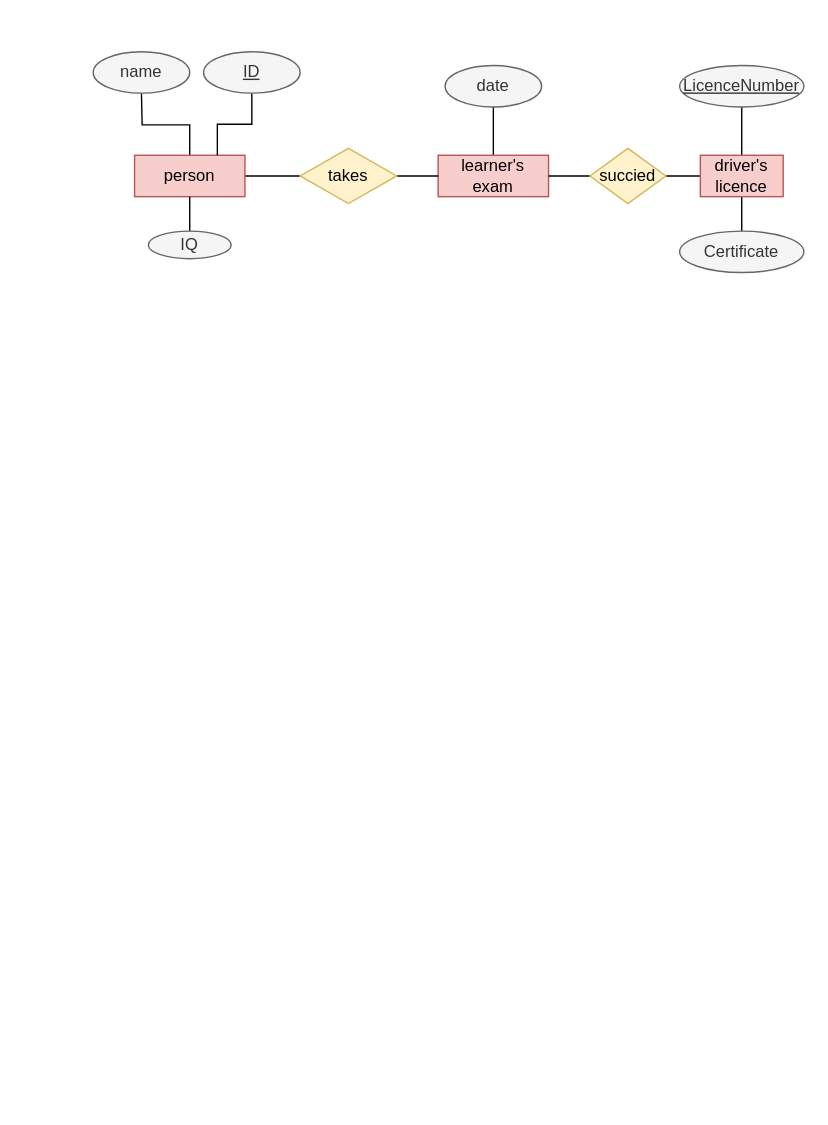
Before: page "Page-2" (2 of 2) of Untitled Diagram.drawio in OguzCelikel/Arduino, a draw.io diagram. Source tidied: cells renumbered, new cells numbered last; positions are measured from the earlier drawing's top-left corner, leaving out a move shared by most shapes. Both pictures are drawn from the tidied source at 138%, with x=0, y=0 at pixel (92, 51).
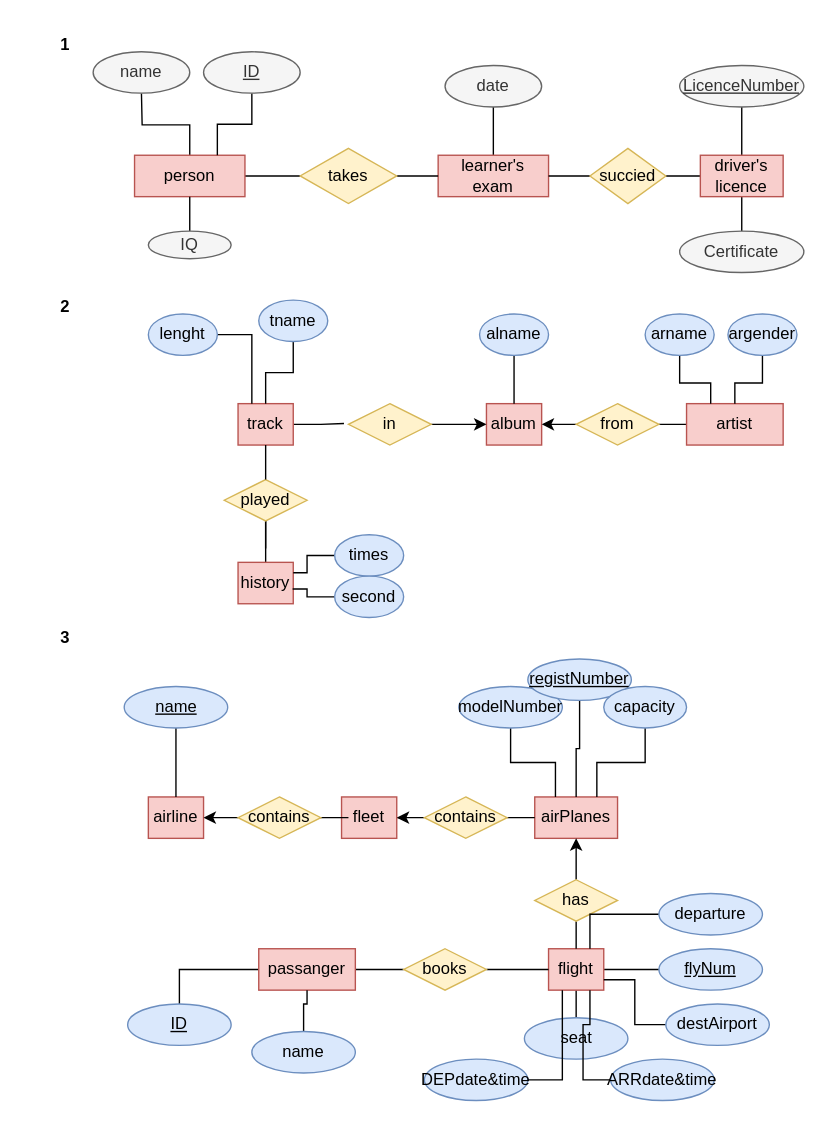
The same diagram, later.

What changed in the source:
```diff
@@
+    <mxCell id="23" value="album" style="rounded=0;whiteSpace=wrap;html=1;fillColor=#f8cecc;strokeColor=#b85450;" parent="1" vertex="1">
+      <mxGeometry x="285" y="255" width="40" height="30" as="geometry" />
+    </mxCell>
+    <mxCell id="24" style="edgeStyle=orthogonalEdgeStyle;rounded=0;jettySize=auto;html=1;entryX=1;entryY=0.5;entryDx=0;entryDy=0;startArrow=none;startFill=0;endArrow=classic;endFill=1;" parent="1" edge="1" source="26" target="23">
+      <mxGeometry relative="1" as="geometry" />
+    </mxCell>
+    <mxCell id="25" style="edgeStyle=orthogonalEdgeStyle;rounded=0;jettySize=auto;html=1;startArrow=none;startFill=0;endArrow=none;endFill=0;" parent="1" edge="1" source="26">
+      <mxGeometry relative="1" as="geometry">
+        <mxPoint x="425" y="270" as="targetPoint" />
+      </mxGeometry>
+    </mxCell>
+    <mxCell id="26" value="from" style="rhombus;whiteSpace=wrap;html=1;fillColor=#fff2cc;strokeColor=#d6b656;" parent="1" vertex="1">
+      <mxGeometry x="350" y="255" width="60" height="30" as="geometry" />
+    </mxCell>
+    <mxCell id="27" value="artist" style="rounded=0;whiteSpace=wrap;html=1;fillColor=#f8cecc;strokeColor=#b85450;" parent="1" vertex="1">
+      <mxGeometry x="430" y="255" width="70" height="30" as="geometry" />
+    </mxCell>
+    <mxCell id="28" style="edgeStyle=orthogonalEdgeStyle;rounded=0;jettySize=auto;html=1;entryX=0;entryY=0.5;entryDx=0;entryDy=0;startArrow=none;startFill=0;endArrow=classic;endFill=1;" parent="1" edge="1" source="29" target="23">
+      <mxGeometry relative="1" as="geometry" />
+    </mxCell>
+    <mxCell id="29" value="in" style="rhombus;whiteSpace=wrap;html=1;fillColor=#fff2cc;strokeColor=#d6b656;" parent="1" vertex="1">
+      <mxGeometry x="185" y="255" width="60" height="30" as="geometry" />
+    </mxCell>
+    <mxCell id="30" style="edgeStyle=orthogonalEdgeStyle;rounded=0;jettySize=auto;html=1;entryX=-0.054;entryY=0.478;entryDx=0;entryDy=0;entryPerimeter=0;startArrow=none;startFill=0;endArrow=none;endFill=0;" parent="1" edge="1" source="32" target="29">
+      <mxGeometry relative="1" as="geometry" />
+    </mxCell>
+    <mxCell id="31" style="edgeStyle=orthogonalEdgeStyle;rounded=0;jettySize=auto;html=1;startArrow=none;startFill=0;endArrow=none;endFill=0;" parent="1" edge="1" source="49">
+      <mxGeometry relative="1" as="geometry">
+        <mxPoint x="125" y="330" as="targetPoint" />
+      </mxGeometry>
+    </mxCell>
+    <mxCell id="32" value="track" style="rounded=0;whiteSpace=wrap;html=1;fillColor=#f8cecc;strokeColor=#b85450;" parent="1" vertex="1">
+      <mxGeometry x="105" y="255" width="40" height="30" as="geometry" />
+    </mxCell>
+    <mxCell id="33" style="edgeStyle=orthogonalEdgeStyle;rounded=0;jettySize=auto;html=1;entryX=0.25;entryY=0;entryDx=0;entryDy=0;startArrow=none;startFill=0;endArrow=none;endFill=0;" parent="1" edge="1" source="34" target="32">
+      <mxGeometry relative="1" as="geometry" />
+    </mxCell>
+    <mxCell id="34" value="lenght" style="ellipse;whiteSpace=wrap;html=1;fillColor=#dae8fc;strokeColor=#6c8ebf;" parent="1" vertex="1">
+      <mxGeometry x="40" y="190" width="50" height="30" as="geometry" />
+    </mxCell>
+    <mxCell id="35" style="edgeStyle=orthogonalEdgeStyle;rounded=0;jettySize=auto;html=1;startArrow=none;startFill=0;endArrow=none;endFill=0;" parent="1" edge="1" source="36" target="32">
+      <mxGeometry relative="1" as="geometry" />
+    </mxCell>
+    <mxCell id="36" value="tname" style="ellipse;whiteSpace=wrap;html=1;fillColor=#dae8fc;strokeColor=#6c8ebf;" parent="1" vertex="1">
+      <mxGeometry x="120" y="180" width="50" height="30" as="geometry" />
+    </mxCell>
+    <mxCell id="37" style="edgeStyle=orthogonalEdgeStyle;rounded=0;jettySize=auto;html=1;entryX=0.25;entryY=0;entryDx=0;entryDy=0;startArrow=none;startFill=0;endArrow=none;endFill=0;" parent="1" edge="1" source="38" target="27">
+      <mxGeometry relative="1" as="geometry" />
+    </mxCell>
+    <mxCell id="38" value="arname" style="ellipse;whiteSpace=wrap;html=1;fillColor=#dae8fc;strokeColor=#6c8ebf;" parent="1" vertex="1">
+      <mxGeometry x="400" y="190" width="50" height="30" as="geometry" />
+    </mxCell>
+    <mxCell id="39" style="edgeStyle=orthogonalEdgeStyle;rounded=0;jettySize=auto;html=1;startArrow=none;startFill=0;endArrow=none;endFill=0;" parent="1" edge="1" source="40" target="27">
+      <mxGeometry relative="1" as="geometry" />
+    </mxCell>
+    <mxCell id="40" value="argender" style="ellipse;whiteSpace=wrap;html=1;fillColor=#dae8fc;strokeColor=#6c8ebf;" parent="1" vertex="1">
+      <mxGeometry x="460" y="190" width="50" height="30" as="geometry" />
+    </mxCell>
+    <mxCell id="41" style="edgeStyle=orthogonalEdgeStyle;rounded=0;jettySize=auto;html=1;entryX=0.5;entryY=0;entryDx=0;entryDy=0;startArrow=none;startFill=0;endArrow=none;endFill=0;" parent="1" edge="1" source="42" target="23">
+      <mxGeometry relative="1" as="geometry" />
+    </mxCell>
+    <mxCell id="42" value="alname" style="ellipse;whiteSpace=wrap;html=1;fillColor=#dae8fc;strokeColor=#6c8ebf;" parent="1" vertex="1">
+      <mxGeometry x="280" y="190" width="50" height="30" as="geometry" />
+    </mxCell>
+    <mxCell id="43" style="edgeStyle=orthogonalEdgeStyle;rounded=0;jettySize=auto;html=1;startArrow=none;startFill=0;endArrow=none;endFill=0;" parent="1" edge="1" source="49">
+      <mxGeometry relative="1" as="geometry">
+        <mxPoint x="125" y="400" as="targetPoint" />
+      </mxGeometry>
+    </mxCell>
+    <mxCell id="44" value="history" style="rounded=0;whiteSpace=wrap;html=1;fillColor=#f8cecc;strokeColor=#b85450;" parent="1" vertex="1">
+      <mxGeometry x="105" y="370" width="40" height="30" as="geometry" />
+    </mxCell>
+    <mxCell id="45" style="edgeStyle=orthogonalEdgeStyle;rounded=0;jettySize=auto;html=1;entryX=1;entryY=0.25;entryDx=0;entryDy=0;startArrow=none;startFill=0;endArrow=none;endFill=0;" parent="1" edge="1" source="46" target="44">
+      <mxGeometry relative="1" as="geometry" />
+    </mxCell>
+    <mxCell id="46" value="times" style="ellipse;whiteSpace=wrap;html=1;fillColor=#dae8fc;strokeColor=#6c8ebf;" parent="1" vertex="1">
+      <mxGeometry x="175" y="350" width="50" height="30" as="geometry" />
+    </mxCell>
+    <mxCell id="47" style="edgeStyle=orthogonalEdgeStyle;rounded=0;jettySize=auto;html=1;entryX=0.989;entryY=0.644;entryDx=0;entryDy=0;entryPerimeter=0;startArrow=none;startFill=0;endArrow=none;endFill=0;" parent="1" edge="1" source="48" target="44">
+      <mxGeometry relative="1" as="geometry" />
+    </mxCell>
+    <mxCell id="48" value="second" style="ellipse;whiteSpace=wrap;html=1;fillColor=#dae8fc;strokeColor=#6c8ebf;" parent="1" vertex="1">
+      <mxGeometry x="175" y="380" width="50" height="30" as="geometry" />
+    </mxCell>
+    <mxCell id="49" value="played" style="rhombus;whiteSpace=wrap;html=1;fillColor=#fff2cc;strokeColor=#d6b656;" parent="1" vertex="1">
+      <mxGeometry x="95" y="310" width="60" height="30" as="geometry" />
+    </mxCell>
+    <mxCell id="50" style="edgeStyle=orthogonalEdgeStyle;rounded=0;jettySize=auto;html=1;startArrow=none;startFill=0;endArrow=none;endFill=0;" parent="1" edge="1" source="32" target="49">
+      <mxGeometry relative="1" as="geometry" />
+    </mxCell>
+    <mxCell id="51" value="airline" style="rounded=0;whiteSpace=wrap;html=1;fillColor=#f8cecc;strokeColor=#b85450;" parent="1" vertex="1">
+      <mxGeometry x="40" y="540" width="40" height="30" as="geometry" />
+    </mxCell>
+    <mxCell id="52" style="edgeStyle=orthogonalEdgeStyle;rounded=0;jettySize=auto;html=1;entryX=0.5;entryY=0;entryDx=0;entryDy=0;startArrow=none;startFill=0;endArrow=none;endFill=0;" parent="1" edge="1" source="54" target="79">
+      <mxGeometry relative="1" as="geometry" />
+    </mxCell>
+    <mxCell id="53" style="edgeStyle=orthogonalEdgeStyle;rounded=0;jettySize=auto;html=1;startArrow=none;startFill=0;endArrow=none;endFill=0;" parent="1" edge="1" source="54">
+      <mxGeometry relative="1" as="geometry">
+        <mxPoint x="410" y="665" as="targetPoint" />
+      </mxGeometry>
+    </mxCell>
+    <mxCell id="54" value="flight" style="rounded=0;whiteSpace=wrap;html=1;fillColor=#f8cecc;strokeColor=#b85450;" parent="1" vertex="1">
+      <mxGeometry x="330" y="650" width="40" height="30" as="geometry" />
+    </mxCell>
+    <mxCell id="55" value="airPlanes" style="rounded=0;whiteSpace=wrap;html=1;fillColor=#f8cecc;strokeColor=#b85450;" parent="1" vertex="1">
+      <mxGeometry x="320" y="540" width="60" height="30" as="geometry" />
+    </mxCell>
+    <mxCell id="56" style="edgeStyle=orthogonalEdgeStyle;rounded=0;jettySize=auto;html=1;entryX=0.25;entryY=0;entryDx=0;entryDy=0;startArrow=none;startFill=0;endArrow=none;endFill=0;" parent="1" edge="1" source="57" target="55">
+      <mxGeometry relative="1" as="geometry" />
+    </mxCell>
+    <mxCell id="57" value="modelNumber" style="ellipse;whiteSpace=wrap;html=1;fillColor=#dae8fc;strokeColor=#6c8ebf;" parent="1" vertex="1">
+      <mxGeometry x="265" y="460" width="75" height="30" as="geometry" />
+    </mxCell>
+    <mxCell id="58" style="edgeStyle=orthogonalEdgeStyle;rounded=0;jettySize=auto;html=1;startArrow=none;startFill=0;endArrow=none;endFill=0;" parent="1" edge="1" source="59" target="55">
+      <mxGeometry relative="1" as="geometry" />
+    </mxCell>
+    <mxCell id="59" value="&lt;u&gt;registNumber&lt;/u&gt;" style="ellipse;whiteSpace=wrap;html=1;fillColor=#dae8fc;strokeColor=#6c8ebf;" parent="1" vertex="1">
+      <mxGeometry x="315" y="440" width="75" height="30" as="geometry" />
+    </mxCell>
+    <mxCell id="60" style="edgeStyle=orthogonalEdgeStyle;rounded=0;jettySize=auto;html=1;entryX=0;entryY=0.5;entryDx=0;entryDy=0;startArrow=none;startFill=0;endArrow=none;endFill=0;" parent="1" edge="1" source="62" target="78">
+      <mxGeometry relative="1" as="geometry" />
+    </mxCell>
+    <mxCell id="61" style="edgeStyle=orthogonalEdgeStyle;rounded=0;jettySize=auto;html=1;startArrow=none;startFill=0;endArrow=none;endFill=0;" parent="1" edge="1" source="62" target="91">
+      <mxGeometry relative="1" as="geometry" />
+    </mxCell>
+    <mxCell id="62" value="passanger" style="rounded=0;whiteSpace=wrap;html=1;fillColor=#f8cecc;strokeColor=#b85450;" parent="1" vertex="1">
+      <mxGeometry x="120" y="650" width="70" height="30" as="geometry" />
+    </mxCell>
+    <mxCell id="63" style="edgeStyle=orthogonalEdgeStyle;rounded=0;jettySize=auto;html=1;entryX=0.75;entryY=0;entryDx=0;entryDy=0;startArrow=none;startFill=0;endArrow=none;endFill=0;" parent="1" edge="1" source="64" target="55">
+      <mxGeometry relative="1" as="geometry" />
+    </mxCell>
+    <mxCell id="64" value="capacity" style="ellipse;whiteSpace=wrap;html=1;fillColor=#dae8fc;strokeColor=#6c8ebf;" parent="1" vertex="1">
+      <mxGeometry x="370" y="460" width="60" height="30" as="geometry" />
+    </mxCell>
+    <mxCell id="65" style="edgeStyle=orthogonalEdgeStyle;rounded=0;jettySize=auto;html=1;entryX=0.5;entryY=0;entryDx=0;entryDy=0;startArrow=none;startFill=0;endArrow=none;endFill=0;" parent="1" edge="1" source="66" target="51">
+      <mxGeometry relative="1" as="geometry" />
+    </mxCell>
+    <mxCell id="66" value="&lt;u&gt;name&lt;/u&gt;" style="ellipse;whiteSpace=wrap;html=1;fillColor=#dae8fc;strokeColor=#6c8ebf;" parent="1" vertex="1">
+      <mxGeometry x="22.5" y="460" width="75" height="30" as="geometry" />
+    </mxCell>
+    <mxCell id="67" style="edgeStyle=orthogonalEdgeStyle;rounded=0;jettySize=auto;html=1;entryX=0;entryY=0.5;entryDx=0;entryDy=0;startArrow=none;startFill=0;endArrow=none;endFill=0;" parent="1" edge="1" source="69" target="55">
+      <mxGeometry relative="1" as="geometry" />
+    </mxCell>
+    <mxCell id="68" style="edgeStyle=orthogonalEdgeStyle;rounded=0;jettySize=auto;html=1;entryX=1;entryY=0.5;entryDx=0;entryDy=0;startArrow=none;startFill=0;endArrow=classic;endFill=1;" parent="1" edge="1" source="69" target="70">
+      <mxGeometry relative="1" as="geometry" />
+    </mxCell>
+    <mxCell id="69" value="contains" style="rhombus;whiteSpace=wrap;html=1;fillColor=#fff2cc;strokeColor=#d6b656;" parent="1" vertex="1">
+      <mxGeometry x="240" y="540" width="60" height="30" as="geometry" />
+    </mxCell>
+    <mxCell id="70" value="fleet" style="rounded=0;whiteSpace=wrap;html=1;fillColor=#f8cecc;strokeColor=#b85450;" parent="1" vertex="1">
+      <mxGeometry x="180" y="540" width="40" height="30" as="geometry" />
+    </mxCell>
+    <mxCell id="71" style="edgeStyle=orthogonalEdgeStyle;rounded=0;jettySize=auto;html=1;entryX=0;entryY=0.5;entryDx=0;entryDy=0;startArrow=none;startFill=0;endArrow=none;endFill=0;" parent="1" edge="1" source="73" target="70">
+      <mxGeometry relative="1" as="geometry" />
+    </mxCell>
+    <mxCell id="72" style="edgeStyle=orthogonalEdgeStyle;rounded=0;jettySize=auto;html=1;entryX=1;entryY=0.5;entryDx=0;entryDy=0;startArrow=none;startFill=0;endArrow=classic;endFill=1;" parent="1" edge="1" source="73" target="51">
+      <mxGeometry relative="1" as="geometry" />
+    </mxCell>
+    <mxCell id="73" value="contains" style="rhombus;whiteSpace=wrap;html=1;fillColor=#fff2cc;strokeColor=#d6b656;" parent="1" vertex="1">
+      <mxGeometry x="105" y="540" width="60" height="30" as="geometry" />
+    </mxCell>
+    <mxCell id="74" style="edgeStyle=orthogonalEdgeStyle;rounded=0;jettySize=auto;html=1;entryX=0.5;entryY=0;entryDx=0;entryDy=0;startArrow=none;startFill=0;endArrow=none;endFill=0;" parent="1" edge="1" source="76" target="54">
+      <mxGeometry relative="1" as="geometry" />
+    </mxCell>
+    <mxCell id="75" style="edgeStyle=orthogonalEdgeStyle;rounded=0;jettySize=auto;html=1;entryX=0.5;entryY=1;entryDx=0;entryDy=0;startArrow=none;startFill=0;endArrow=classic;endFill=1;" parent="1" edge="1" source="76" target="55">
+      <mxGeometry relative="1" as="geometry" />
+    </mxCell>
+    <mxCell id="76" value="has" style="rhombus;whiteSpace=wrap;html=1;fillColor=#fff2cc;strokeColor=#d6b656;" parent="1" vertex="1">
+      <mxGeometry x="320" y="600" width="60" height="30" as="geometry" />
+    </mxCell>
+    <mxCell id="77" style="edgeStyle=orthogonalEdgeStyle;rounded=0;jettySize=auto;html=1;entryX=0;entryY=0.5;entryDx=0;entryDy=0;startArrow=none;startFill=0;endArrow=none;endFill=0;" parent="1" edge="1" source="78" target="54">
+      <mxGeometry relative="1" as="geometry" />
+    </mxCell>
+    <mxCell id="78" value="books" style="rhombus;whiteSpace=wrap;html=1;fillColor=#fff2cc;strokeColor=#d6b656;" parent="1" vertex="1">
+      <mxGeometry x="225" y="650" width="60" height="30" as="geometry" />
+    </mxCell>
+    <mxCell id="79" value="seat" style="ellipse;whiteSpace=wrap;html=1;fillColor=#dae8fc;strokeColor=#6c8ebf;" parent="1" vertex="1">
+      <mxGeometry x="312.5" y="700" width="75" height="30" as="geometry" />
+    </mxCell>
+    <mxCell id="80" value="&lt;u&gt;flyNum&lt;/u&gt;" style="ellipse;whiteSpace=wrap;html=1;fillColor=#dae8fc;strokeColor=#6c8ebf;" parent="1" vertex="1">
+      <mxGeometry x="410" y="650" width="75" height="30" as="geometry" />
+    </mxCell>
+    <mxCell id="81" style="edgeStyle=orthogonalEdgeStyle;rounded=0;jettySize=auto;html=1;entryX=0.75;entryY=0;entryDx=0;entryDy=0;startArrow=none;startFill=0;endArrow=none;endFill=0;" parent="1" edge="1" source="82" target="54">
+      <mxGeometry relative="1" as="geometry" />
+    </mxCell>
+    <mxCell id="82" value="departure" style="ellipse;whiteSpace=wrap;html=1;fillColor=#dae8fc;strokeColor=#6c8ebf;" parent="1" vertex="1">
+      <mxGeometry x="410" y="610" width="75" height="30" as="geometry" />
+    </mxCell>
+    <mxCell id="83" style="edgeStyle=orthogonalEdgeStyle;rounded=0;jettySize=auto;html=1;entryX=1;entryY=0.75;entryDx=0;entryDy=0;startArrow=none;startFill=0;endArrow=none;endFill=0;" parent="1" edge="1" source="84" target="54">
+      <mxGeometry relative="1" as="geometry" />
+    </mxCell>
+    <mxCell id="84" value="destAirport" style="ellipse;whiteSpace=wrap;html=1;fillColor=#dae8fc;strokeColor=#6c8ebf;" parent="1" vertex="1">
+      <mxGeometry x="415" y="690" width="75" height="30" as="geometry" />
+    </mxCell>
+    <mxCell id="85" style="edgeStyle=orthogonalEdgeStyle;rounded=0;jettySize=auto;html=1;entryX=0.25;entryY=1;entryDx=0;entryDy=0;startArrow=none;startFill=0;endArrow=none;endFill=0;" parent="1" edge="1" source="86" target="54">
+      <mxGeometry relative="1" as="geometry" />
+    </mxCell>
+    <mxCell id="86" value="DEPdate&amp;amp;time" style="ellipse;whiteSpace=wrap;html=1;fillColor=#dae8fc;strokeColor=#6c8ebf;" parent="1" vertex="1">
+      <mxGeometry x="240" y="730" width="75" height="30" as="geometry" />
+    </mxCell>
+    <mxCell id="87" style="edgeStyle=orthogonalEdgeStyle;rounded=0;jettySize=auto;html=1;entryX=0.75;entryY=1;entryDx=0;entryDy=0;startArrow=none;startFill=0;endArrow=none;endFill=0;" parent="1" edge="1" source="88" target="54">
+      <mxGeometry relative="1" as="geometry" />
+    </mxCell>
+    <mxCell id="88" value="ARRdate&amp;amp;time" style="ellipse;whiteSpace=wrap;html=1;fillColor=#dae8fc;strokeColor=#6c8ebf;" parent="1" vertex="1">
+      <mxGeometry x="375" y="730" width="75" height="30" as="geometry" />
+    </mxCell>
+    <mxCell id="89" style="edgeStyle=orthogonalEdgeStyle;rounded=0;jettySize=auto;html=1;entryX=0.5;entryY=1;entryDx=0;entryDy=0;startArrow=none;startFill=0;endArrow=none;endFill=0;" parent="1" edge="1" source="90" target="62">
+      <mxGeometry relative="1" as="geometry" />
+    </mxCell>
+    <mxCell id="90" value="name" style="ellipse;whiteSpace=wrap;html=1;fillColor=#dae8fc;strokeColor=#6c8ebf;" parent="1" vertex="1">
+      <mxGeometry x="115" y="710" width="75" height="30" as="geometry" />
+    </mxCell>
+    <mxCell id="91" value="&lt;u&gt;ID&lt;/u&gt;" style="ellipse;whiteSpace=wrap;html=1;fillColor=#dae8fc;strokeColor=#6c8ebf;" parent="1" vertex="1">
+      <mxGeometry x="25" y="690" width="75" height="30" as="geometry" />
+    </mxCell>
+    <mxCell id="92" value="&lt;b&gt;1&lt;/b&gt;" style="text;html=1;strokeColor=none;fillColor=none;align=center;verticalAlign=middle;whiteSpace=wrap;rounded=0;" parent="1" vertex="1">
+      <mxGeometry x="-50" y="-20" width="60" height="30" as="geometry" />
+    </mxCell>
+    <mxCell id="93" value="&lt;b&gt;2&lt;/b&gt;" style="text;html=1;strokeColor=none;fillColor=none;align=center;verticalAlign=middle;whiteSpace=wrap;rounded=0;" parent="1" vertex="1">
+      <mxGeometry x="-50" y="170" width="60" height="30" as="geometry" />
+    </mxCell>
+    <mxCell id="94" value="&lt;b&gt;3&lt;/b&gt;" style="text;html=1;strokeColor=none;fillColor=none;align=center;verticalAlign=middle;whiteSpace=wrap;rounded=0;" parent="1" vertex="1">
+      <mxGeometry x="-50" y="410" width="60" height="30" as="geometry" />
+    </mxCell>
```
